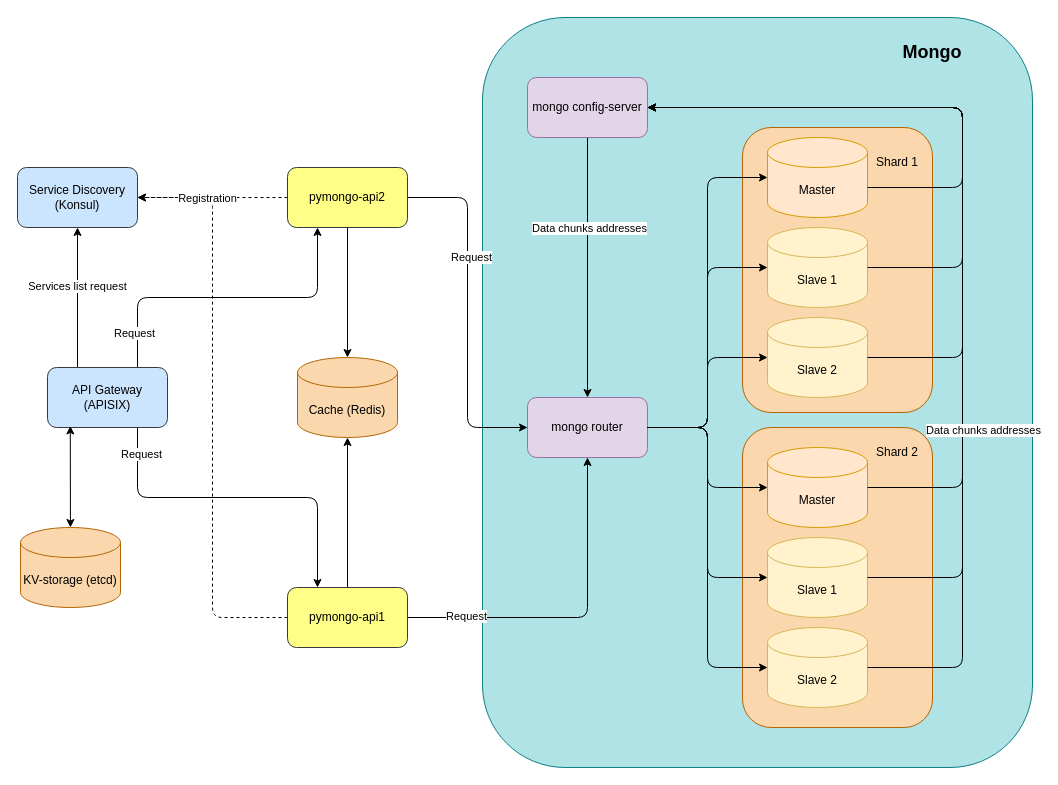
Above: task5-service-discovery-api-gw/arch.drawio in turistigor/yap-arch-task4-sharding-replication (draw.io), before the change. Source tidied: cells renumbered, new cells numbered last; positions are measured from the earlier drawing's top-left corner, leaving out a move shared by most shapes. Both pictures are drawn from the tidied source at 100%, with x=0, y=0 at pixel (17, 17).
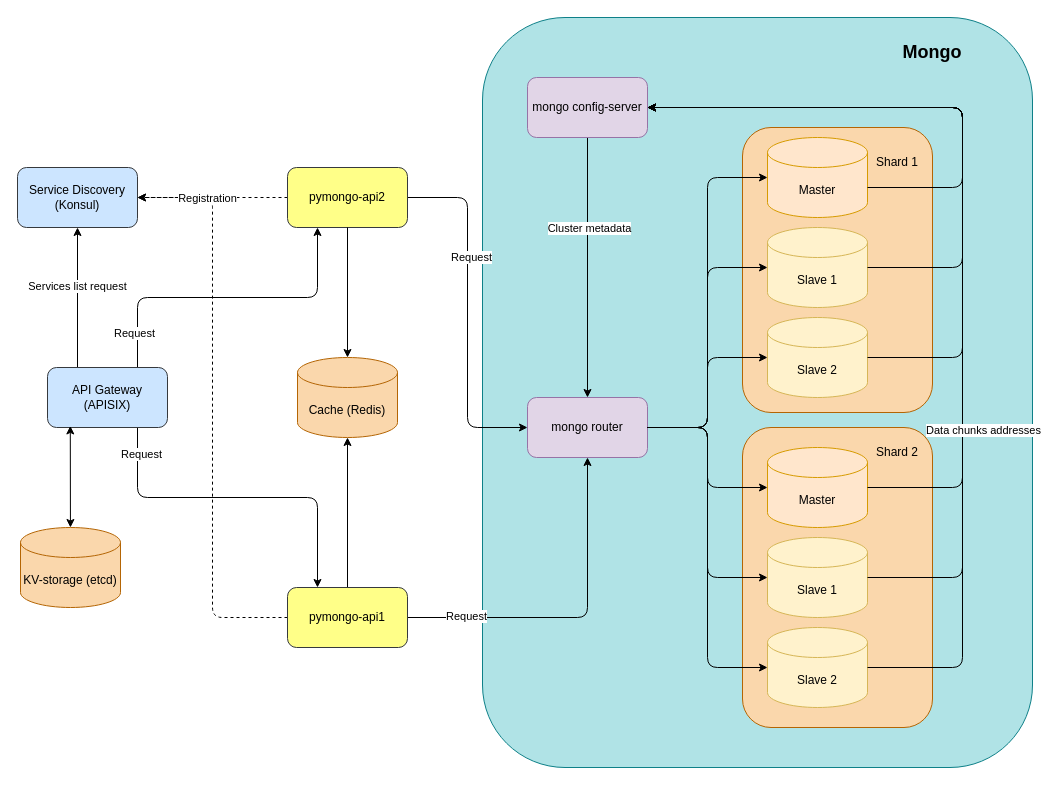
The same diagram, later.

Unchanged cells that the change refers to:
```xml
<mxCell id="9" style="edgeStyle=none;html=1;entryX=0.5;entryY=0;entryDx=0;entryDy=0;" parent="1" edge="1" source="11" target="8">
  <mxGeometry relative="1" as="geometry" />
</mxCell>
```

The edit, as a diff of the source:
```diff
@@
-    <mxCell id="10" value="Data chunks addresses" style="edgeLabel;html=1;align=center;verticalAlign=middle;" parent="9" vertex="1">
+    <mxCell id="10" value="&lt;span style=&quot;color: rgb(0, 0, 0);&quot;&gt;Cluster metadata&lt;/span&gt;" style="edgeLabel;html=1;align=center;verticalAlign=middle;" parent="9" vertex="1">
       <mxGeometry x="-0.31" y="1" relative="1" as="geometry" />
     </mxCell>
```
